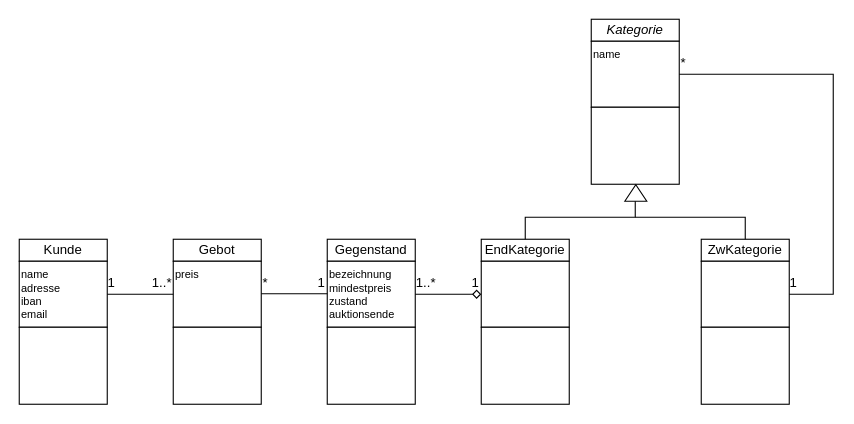
Above: Blatt1/Aufgabe2/Auktion.drawio in noscre/SoftwareEngineering19-20 (draw.io), before the change. Source tidied: cells renumbered, new cells numbered last; positions are measured from the earlier drawing's top-left corner, leaving out a move shared by most shapes. Both pictures are drawn from the tidied source at 110%, with x=0, y=0 at pixel (19, 19).
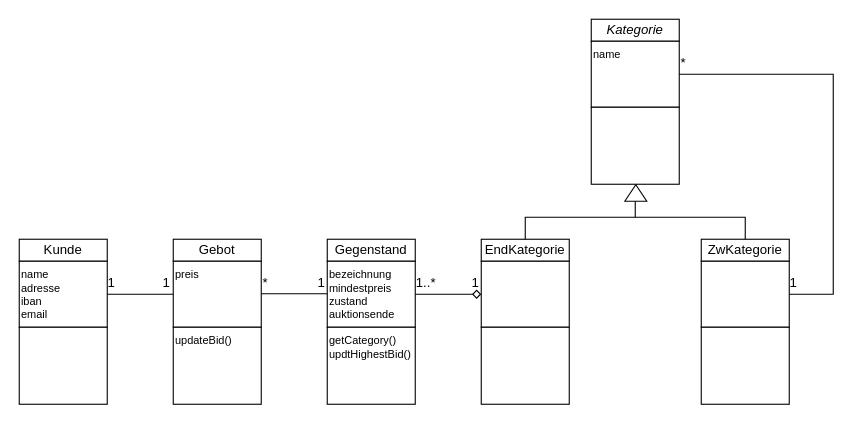
The same diagram, later.

The edit, as a diff of the source:
```diff
@@
-    <mxCell id="20" style="rounded=0;whiteSpace=wrap;html=1;" parent="1" vertex="1">
+    <mxCell id="20" value="updateBid()" style="rounded=0;whiteSpace=wrap;html=1;align=left;verticalAlign=top;fontSize=10;" parent="1" vertex="1">
       <mxGeometry x="140" y="280" width="80" height="70" as="geometry" />
     </mxCell>
@@
-    <mxCell id="23" style="rounded=0;whiteSpace=wrap;html=1;" parent="1" vertex="1">
+    <mxCell id="23" value="&lt;div&gt;getCategory()&lt;/div&gt;&lt;div&gt;updtHighestBid()&lt;br&gt;&lt;/div&gt;" style="rounded=0;whiteSpace=wrap;html=1;fontSize=10;verticalAlign=top;align=left;" parent="1" vertex="1">
       <mxGeometry x="280" y="280" width="80" height="70" as="geometry" />
     </mxCell>
@@
-    <mxCell id="33" value="1..*" style="text;html=1;strokeColor=none;fillColor=none;align=center;verticalAlign=middle;whiteSpace=wrap;rounded=0;" parent="1" vertex="1">
-      <mxGeometry x="110" y="230" width="40" height="20" as="geometry" />
+    <mxCell id="33" value="1" style="text;html=1;strokeColor=none;fillColor=none;align=center;verticalAlign=middle;whiteSpace=wrap;rounded=0;" parent="1" vertex="1">
+      <mxGeometry x="114" y="230" width="40" height="20" as="geometry" />
     </mxCell>
```
